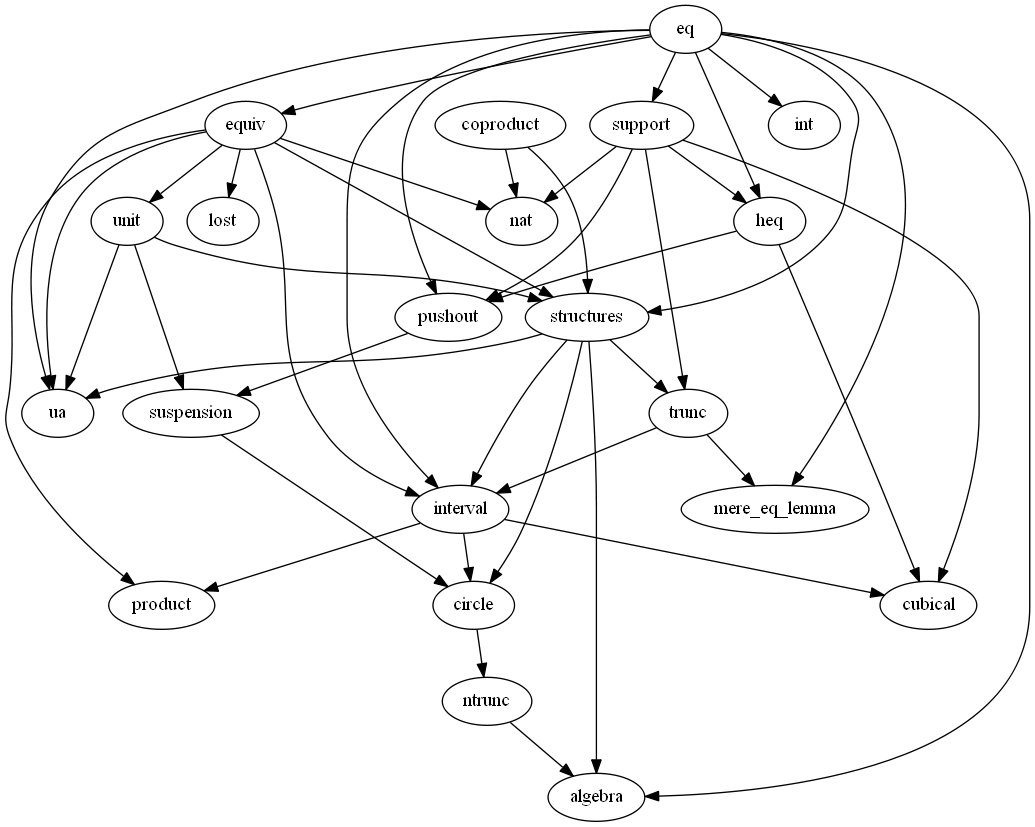
Above: dependency_map.png in forked-from-1kasper/ground_zero (Graphviz), before the change. Its source is kept beside it as dependency_map.gv.
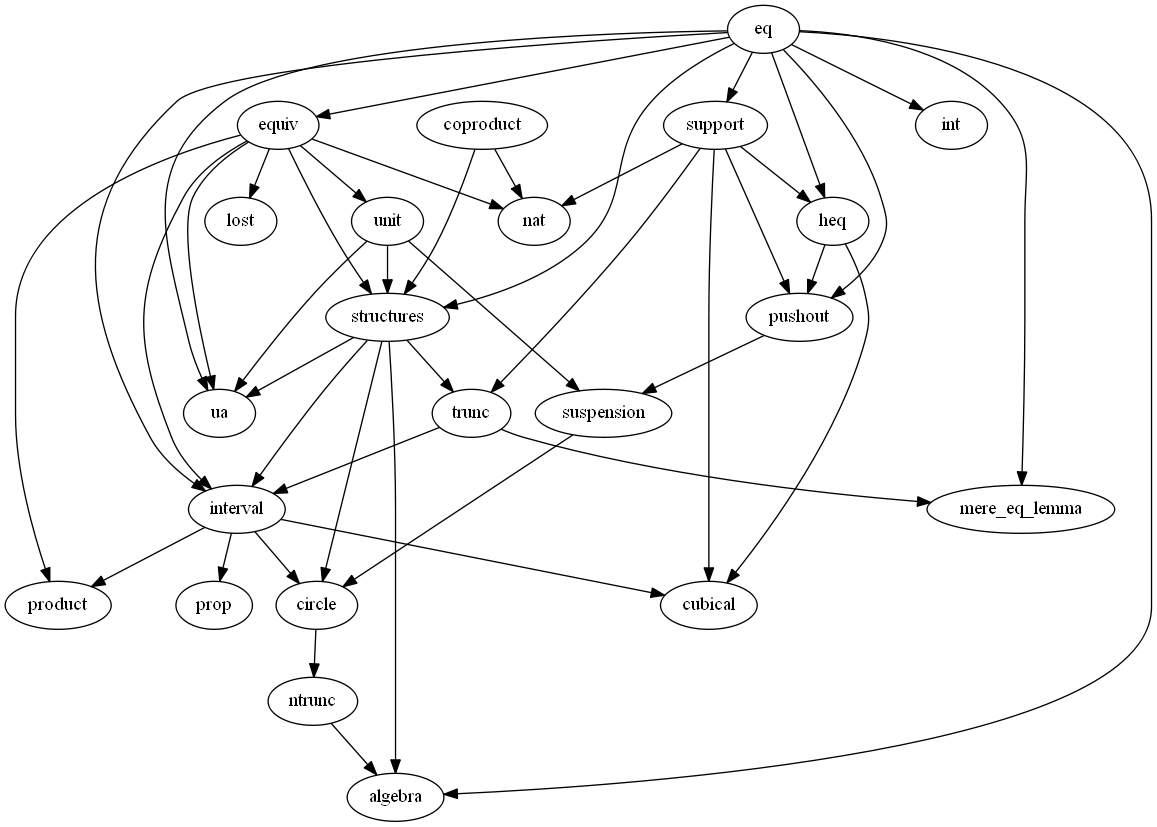
Above is the later version.

The edit, as a diff of the source:
```diff
@@ -30,6 +30,8 @@
   equiv -> product
   interval -> product
 
+  interval -> prop
+
   heq -> pushout
   eq -> pushout
   support -> pushout
```
